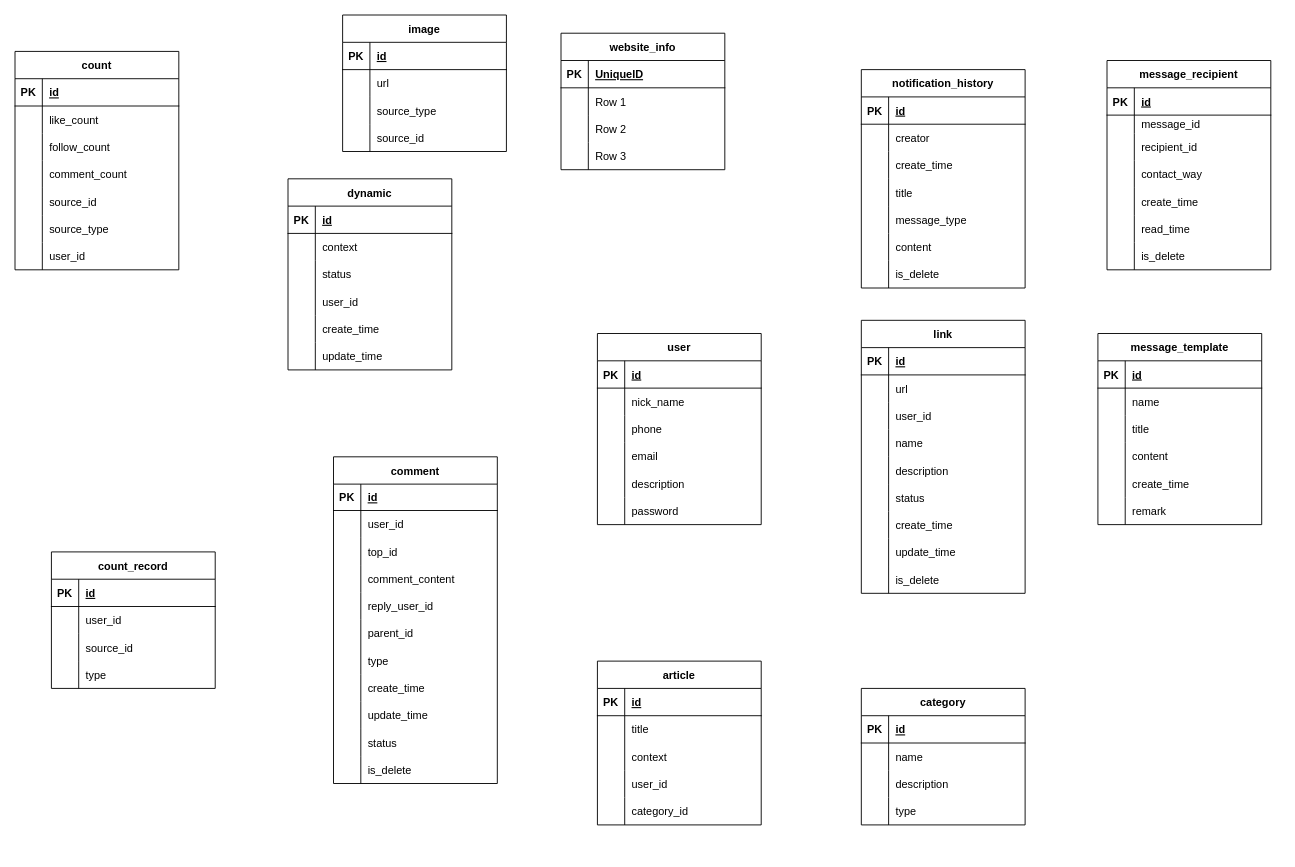
Before: page "表" (1 of 6) of E-R_blog.drawio in viking-wj/software, a draw.io diagram. Source tidied: cells renumbered, new cells numbered last; positions are measured from the earlier drawing's top-left corner, leaving out a move shared by most shapes. Both pictures are drawn from the tidied source at 91%, with x=0, y=0 at pixel (15, 15).
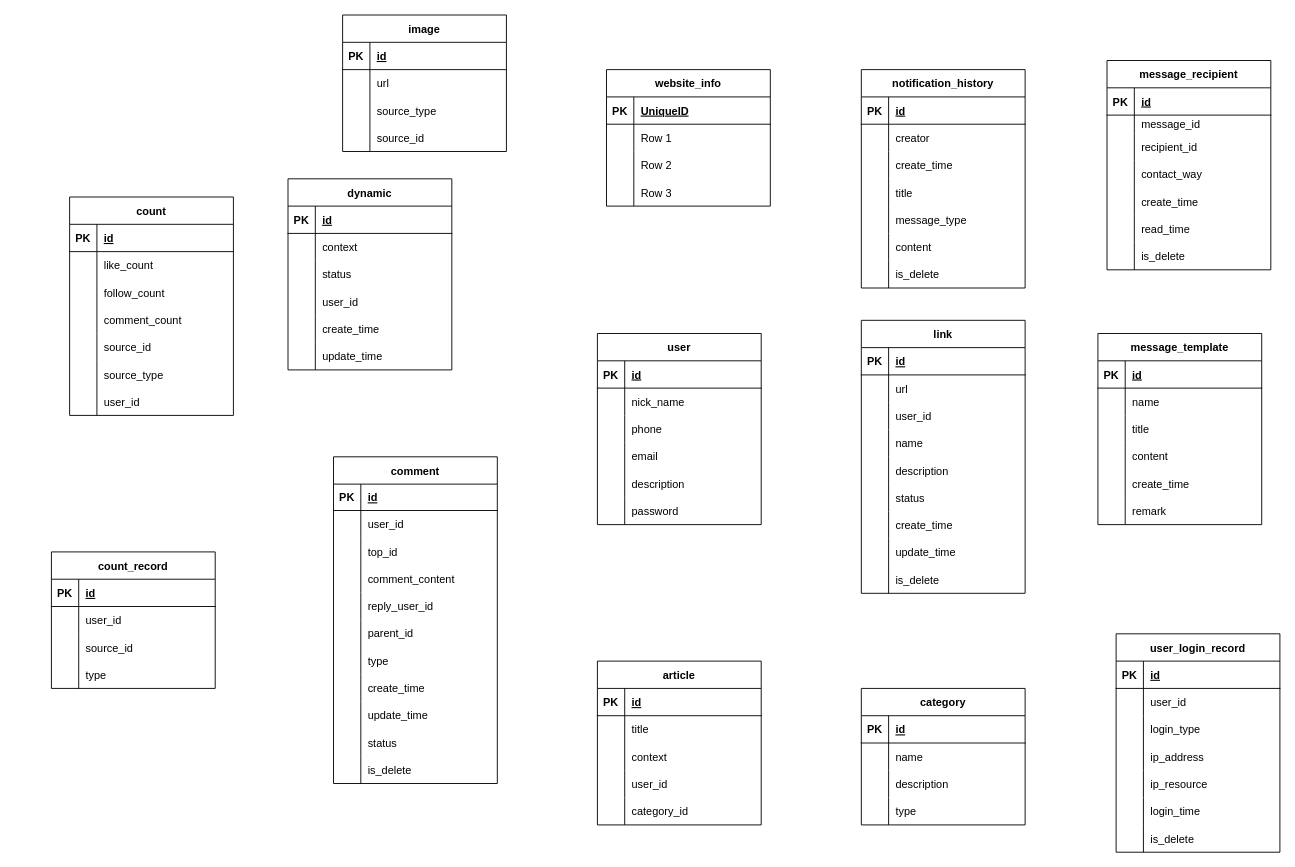
Above is the later version.

What changed in the source:
```diff
@@
     <mxCell id="175" value="count" style="shape=table;startSize=30;childLayout=tableLayout;rowLines=0;fontStyle=1;align=center;" parent="1" vertex="1">
-      <mxGeometry y="40" width="180" height="240" as="geometry" />
+      <mxGeometry x="60" y="200" width="180" height="240" as="geometry" />
     </mxCell>
@@
     <mxCell id="242" value="website_info" style="shape=table;startSize=30;childLayout=tableLayout;rowLines=0;fontStyle=1;align=center;" parent="1" vertex="1">
-      <mxGeometry x="600" y="20" width="180" height="150" as="geometry" />
+      <mxGeometry x="650" y="60" width="180" height="150" as="geometry" />
     </mxCell>
@@
+    <mxCell id="255" value="user_login_record" style="shape=table;startSize=30;childLayout=tableLayout;rowLines=0;fontStyle=1;align=center;" parent="1" vertex="1">
+      <mxGeometry x="1210" y="680" width="180" height="240" as="geometry" />
+    </mxCell>
+    <mxCell id="256" style="shape=tableRow;horizontal=0;startSize=0;swimlaneHead=0;swimlaneBody=0;fillColor=none;top=0;left=0;right=0;bottom=1;" parent="255" vertex="1">
+      <mxGeometry y="30" width="180" height="30" as="geometry" />
+    </mxCell>
+    <mxCell id="257" value="PK" style="shape=partialRectangle;fillColor=none;top=0;left=0;bottom=0;right=0;fontStyle=1;overflow=hidden;" parent="256" vertex="1">
+      <mxGeometry width="30" height="30" as="geometry" />
+    </mxCell>
+    <mxCell id="258" value="id" style="shape=partialRectangle;fillColor=none;top=0;left=0;bottom=0;right=0;align=left;spacingLeft=6;fontStyle=5;overflow=hidden;" parent="256" vertex="1">
+      <mxGeometry x="30" width="150" height="30" as="geometry" />
+    </mxCell>
+    <mxCell id="259" style="shape=tableRow;horizontal=0;startSize=0;swimlaneHead=0;swimlaneBody=0;fillColor=none;top=0;left=0;right=0;bottom=0;" parent="255" vertex="1">
+      <mxGeometry y="60" width="180" height="30" as="geometry" />
+    </mxCell>
+    <mxCell id="260" style="shape=partialRectangle;fillColor=none;top=0;left=0;bottom=0;right=0;overflow=hidden;" parent="259" vertex="1">
+      <mxGeometry width="30" height="30" as="geometry" />
+    </mxCell>
+    <mxCell id="261" value="user_id" style="shape=partialRectangle;fillColor=none;top=0;left=0;bottom=0;right=0;align=left;spacingLeft=6;overflow=hidden;" parent="259" vertex="1">
+      <mxGeometry x="30" width="150" height="30" as="geometry" />
+    </mxCell>
+    <mxCell id="262" style="shape=tableRow;horizontal=0;startSize=0;swimlaneHead=0;swimlaneBody=0;fillColor=none;top=0;left=0;right=0;bottom=0;" parent="255" vertex="1">
+      <mxGeometry y="90" width="180" height="30" as="geometry" />
+    </mxCell>
+    <mxCell id="263" style="shape=partialRectangle;fillColor=none;top=0;left=0;bottom=0;right=0;overflow=hidden;" parent="262" vertex="1">
+      <mxGeometry width="30" height="30" as="geometry" />
+    </mxCell>
+    <mxCell id="264" value="login_type" style="shape=partialRectangle;fillColor=none;top=0;left=0;bottom=0;right=0;align=left;spacingLeft=6;overflow=hidden;" parent="262" vertex="1">
+      <mxGeometry x="30" width="150" height="30" as="geometry" />
+    </mxCell>
+    <mxCell id="265" style="shape=tableRow;horizontal=0;startSize=0;swimlaneHead=0;swimlaneBody=0;fillColor=none;top=0;left=0;right=0;bottom=0;" parent="255" vertex="1">
+      <mxGeometry y="120" width="180" height="30" as="geometry" />
+    </mxCell>
+    <mxCell id="266" style="shape=partialRectangle;fillColor=none;top=0;left=0;bottom=0;right=0;overflow=hidden;" parent="265" vertex="1">
+      <mxGeometry width="30" height="30" as="geometry" />
+    </mxCell>
+    <mxCell id="267" value="ip_address" style="shape=partialRectangle;fillColor=none;top=0;left=0;bottom=0;right=0;align=left;spacingLeft=6;overflow=hidden;" parent="265" vertex="1">
+      <mxGeometry x="30" width="150" height="30" as="geometry" />
+    </mxCell>
+    <mxCell id="268" style="shape=tableRow;horizontal=0;startSize=0;swimlaneHead=0;swimlaneBody=0;fillColor=none;top=0;left=0;right=0;bottom=0;" parent="255" vertex="1">
+      <mxGeometry y="150" width="180" height="30" as="geometry" />
+    </mxCell>
+    <mxCell id="269" style="shape=partialRectangle;fillColor=none;top=0;left=0;bottom=0;right=0;overflow=hidden;" parent="268" vertex="1">
+      <mxGeometry width="30" height="30" as="geometry" />
+    </mxCell>
+    <mxCell id="270" value="ip_resource" style="shape=partialRectangle;fillColor=none;top=0;left=0;bottom=0;right=0;align=left;spacingLeft=6;overflow=hidden;" parent="268" vertex="1">
+      <mxGeometry x="30" width="150" height="30" as="geometry" />
+    </mxCell>
+    <mxCell id="271" style="shape=tableRow;horizontal=0;startSize=0;swimlaneHead=0;swimlaneBody=0;fillColor=none;top=0;left=0;right=0;bottom=0;" parent="255" vertex="1">
+      <mxGeometry y="180" width="180" height="30" as="geometry" />
+    </mxCell>
+    <mxCell id="272" style="shape=partialRectangle;fillColor=none;top=0;left=0;bottom=0;right=0;overflow=hidden;" parent="271" vertex="1">
+      <mxGeometry width="30" height="30" as="geometry" />
+    </mxCell>
+    <mxCell id="273" value="login_time" style="shape=partialRectangle;fillColor=none;top=0;left=0;bottom=0;right=0;align=left;spacingLeft=6;overflow=hidden;" parent="271" vertex="1">
+      <mxGeometry x="30" width="150" height="30" as="geometry" />
+    </mxCell>
+    <mxCell id="274" style="shape=tableRow;horizontal=0;startSize=0;swimlaneHead=0;swimlaneBody=0;fillColor=none;top=0;left=0;right=0;bottom=0;" parent="255" vertex="1">
+      <mxGeometry y="210" width="180" height="30" as="geometry" />
+    </mxCell>
+    <mxCell id="275" style="shape=partialRectangle;fillColor=none;top=0;left=0;bottom=0;right=0;overflow=hidden;" parent="274" vertex="1">
+      <mxGeometry width="30" height="30" as="geometry" />
+    </mxCell>
+    <mxCell id="276" value="is_delete" style="shape=partialRectangle;fillColor=none;top=0;left=0;bottom=0;right=0;align=left;spacingLeft=6;overflow=hidden;" parent="274" vertex="1">
+      <mxGeometry x="30" width="150" height="30" as="geometry" />
+    </mxCell>
```
